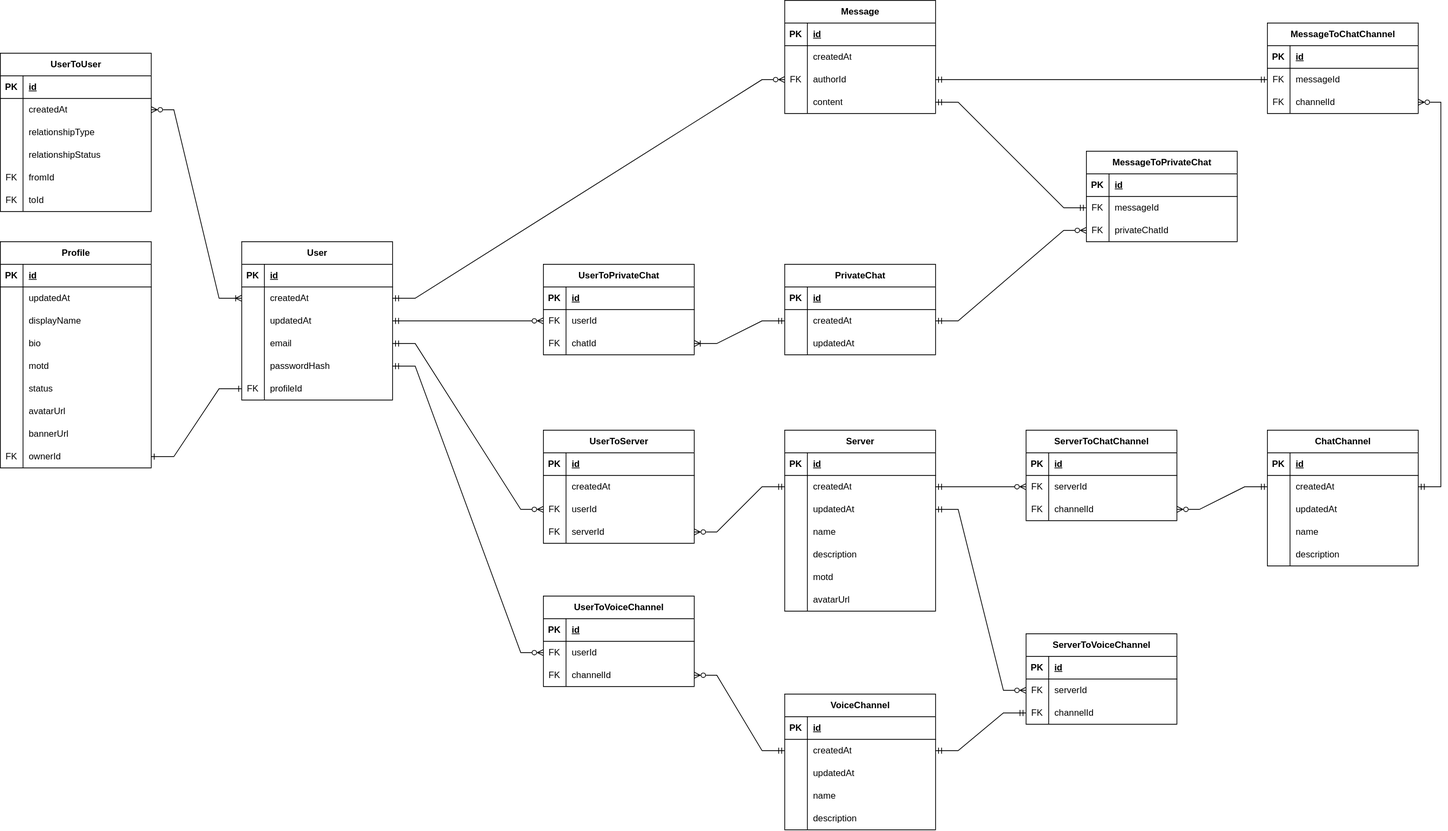
Earlier version of the draw.io export diagrams/er-diagram.svg (qonsensus/backend). Source tidied: cells renumbered, new cells last; positions are measured from the earlier drawing's top-left corner, leaving out a move shared by most shapes.
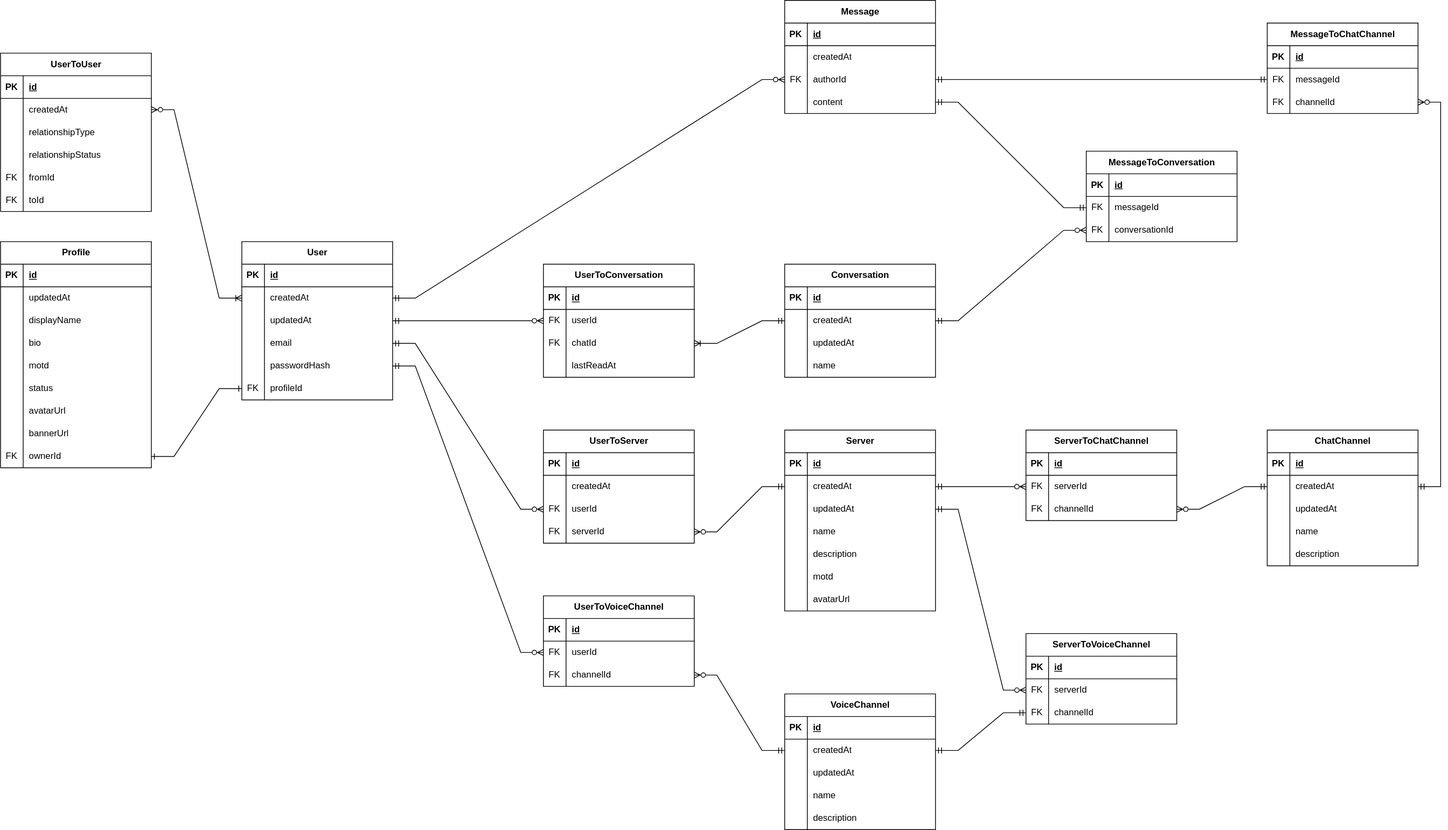
After the change.

What changed in the source:
```diff
@@ -206,8 +206,8 @@
     <mxCell id="69" style="edgeStyle=entityRelationEdgeStyle;rounded=0;jettySize=auto;html=1;startArrow=ERone;startFill=0;endArrow=ERone;endFill=0;" parent="1" edge="1" source="66" target="18">
       <mxGeometry relative="1" as="geometry" />
     </mxCell>
-    <mxCell id="70" value="PrivateChat" style="shape=table;startSize=30;rowLines=0;fontStyle=1;align=center;html=1;" parent="1" vertex="1">
-      <mxGeometry x="1040" y="350" width="200" height="120" as="geometry" />
+    <mxCell id="70" value="Conversation" style="shape=table;startSize=30;rowLines=0;fontStyle=1;align=center;html=1;" parent="1" vertex="1">
+      <mxGeometry x="1040" y="350" width="200" height="150" as="geometry" />
     </mxCell>
     <mxCell id="71" style="shape=tableRow;horizontal=0;startSize=0;swimlaneHead=0;swimlaneBody=0;fillColor=none;top=0;left=0;right=0;bottom=1;" parent="70" vertex="1">
       <mxGeometry y="30" width="200" height="30" as="geometry" />
@@ -236,6 +236,15 @@
     <mxCell id="79" value="updatedAt" style="shape=partialRectangle;fillColor=none;top=0;left=0;bottom=0;right=0;align=left;spacingLeft=6;overflow=hidden;whiteSpace=wrap;html=1;" parent="77" vertex="1">
       <mxGeometry x="30" width="170" height="30" as="geometry" />
     </mxCell>
+    <mxCell id="235" style="shape=tableRow;horizontal=0;startSize=0;swimlaneHead=0;swimlaneBody=0;fillColor=none;top=0;left=0;right=0;bottom=0;" parent="70" vertex="1">
+      <mxGeometry y="120" width="200" height="30" as="geometry" />
+    </mxCell>
+    <mxCell id="236" style="shape=partialRectangle;fillColor=none;top=0;left=0;bottom=0;right=0;overflow=hidden;whiteSpace=wrap;html=1;" parent="235" vertex="1">
+      <mxGeometry width="30" height="30" as="geometry" />
+    </mxCell>
+    <mxCell id="237" value="name" style="shape=partialRectangle;fillColor=none;top=0;left=0;bottom=0;right=0;align=left;spacingLeft=6;overflow=hidden;whiteSpace=wrap;html=1;" parent="235" vertex="1">
+      <mxGeometry x="30" width="170" height="30" as="geometry" />
+    </mxCell>
     <mxCell id="80" value="UserToServer" style="shape=table;startSize=30;rowLines=0;fontStyle=1;align=center;html=1;" parent="1" vertex="1">
       <mxGeometry x="720" y="570" width="200" height="150" as="geometry" />
     </mxCell>
@@ -431,7 +440,7 @@
     <mxCell id="144" style="edgeStyle=entityRelationEdgeStyle;rounded=0;jettySize=auto;html=1;endArrow=ERmandOne;endFill=0;startArrow=ERzeroToMany;startFill=0;" parent="1" edge="1" source="124" target="132">
       <mxGeometry relative="1" as="geometry" />
     </mxCell>
-    <mxCell id="145" value="MessageToPrivateChat" style="shape=table;startSize=30;rowLines=0;fontStyle=1;align=center;html=1;" parent="1" vertex="1">
+    <mxCell id="145" value="MessageToConversation" style="shape=table;startSize=30;rowLines=0;fontStyle=1;align=center;html=1;" parent="1" vertex="1">
       <mxGeometry x="1440" y="200" width="200" height="120" as="geometry" />
     </mxCell>
     <mxCell id="146" style="shape=tableRow;horizontal=0;startSize=0;swimlaneHead=0;swimlaneBody=0;fillColor=none;top=0;left=0;right=0;bottom=1;" parent="145" vertex="1">
@@ -458,7 +467,7 @@
     <mxCell id="153" value="FK" style="shape=partialRectangle;fillColor=none;top=0;left=0;bottom=0;right=0;overflow=hidden;whiteSpace=wrap;html=1;" parent="152" vertex="1">
       <mxGeometry width="30" height="30" as="geometry" />
     </mxCell>
-    <mxCell id="154" value="privateChatId" style="shape=partialRectangle;fillColor=none;top=0;left=0;bottom=0;right=0;align=left;spacingLeft=6;overflow=hidden;whiteSpace=wrap;html=1;" parent="152" vertex="1">
+    <mxCell id="154" value="conversationId" style="shape=partialRectangle;fillColor=none;top=0;left=0;bottom=0;right=0;align=left;spacingLeft=6;overflow=hidden;whiteSpace=wrap;html=1;" parent="152" vertex="1">
       <mxGeometry x="30" width="170" height="30" as="geometry" />
     </mxCell>
     <mxCell id="155" style="edgeStyle=entityRelationEdgeStyle;rounded=0;jettySize=auto;html=1;endArrow=ERmandOne;endFill=0;startArrow=ERzeroToMany;startFill=0;" parent="1" edge="1" source="152" target="74">
@@ -665,8 +674,8 @@
     <mxCell id="222" style="edgeStyle=entityRelationEdgeStyle;rounded=0;jettySize=auto;html=1;entryX=1;entryY=0.5;entryDx=0;entryDy=0;endArrow=ERmandOne;endFill=0;startArrow=ERzeroToMany;startFill=0;" parent="1" edge="1" source="215" target="15">
       <mxGeometry relative="1" as="geometry" />
     </mxCell>
-    <mxCell id="223" value="UserToPrivateChat" style="shape=table;startSize=30;rowLines=0;fontStyle=1;align=center;html=1;" parent="1" vertex="1">
-      <mxGeometry x="720" y="350" width="200" height="120" as="geometry" />
+    <mxCell id="223" value="UserToConversation" style="shape=table;startSize=30;rowLines=0;fontStyle=1;align=center;html=1;" parent="1" vertex="1">
+      <mxGeometry x="720" y="350" width="200" height="150" as="geometry" />
     </mxCell>
     <mxCell id="224" style="shape=tableRow;horizontal=0;startSize=0;swimlaneHead=0;swimlaneBody=0;fillColor=none;top=0;left=0;right=0;bottom=1;" parent="223" vertex="1">
       <mxGeometry y="30" width="200" height="30" as="geometry" />
@@ -695,6 +704,15 @@
     <mxCell id="232" value="chatId" style="shape=partialRectangle;fillColor=none;top=0;left=0;bottom=0;right=0;align=left;spacingLeft=6;overflow=hidden;whiteSpace=wrap;html=1;" parent="230" vertex="1">
       <mxGeometry x="30" width="170" height="30" as="geometry" />
     </mxCell>
+    <mxCell id="238" style="shape=tableRow;horizontal=0;startSize=0;swimlaneHead=0;swimlaneBody=0;fillColor=none;top=0;left=0;right=0;bottom=0;" parent="223" vertex="1">
+      <mxGeometry y="120" width="200" height="30" as="geometry" />
+    </mxCell>
+    <mxCell id="239" style="shape=partialRectangle;fillColor=none;top=0;left=0;bottom=0;right=0;overflow=hidden;whiteSpace=wrap;html=1;" parent="238" vertex="1">
+      <mxGeometry width="30" height="30" as="geometry" />
+    </mxCell>
+    <mxCell id="240" value="lastReadAt" style="shape=partialRectangle;fillColor=none;top=0;left=0;bottom=0;right=0;align=left;spacingLeft=6;overflow=hidden;whiteSpace=wrap;html=1;" parent="238" vertex="1">
+      <mxGeometry x="30" width="170" height="30" as="geometry" />
+    </mxCell>
     <mxCell id="233" style="edgeStyle=entityRelationEdgeStyle;rounded=0;jettySize=auto;html=1;endArrow=ERmandOne;endFill=0;startArrow=ERoneToMany;startFill=0;" parent="1" edge="1" source="230" target="74">
       <mxGeometry relative="1" as="geometry" />
     </mxCell>
```
